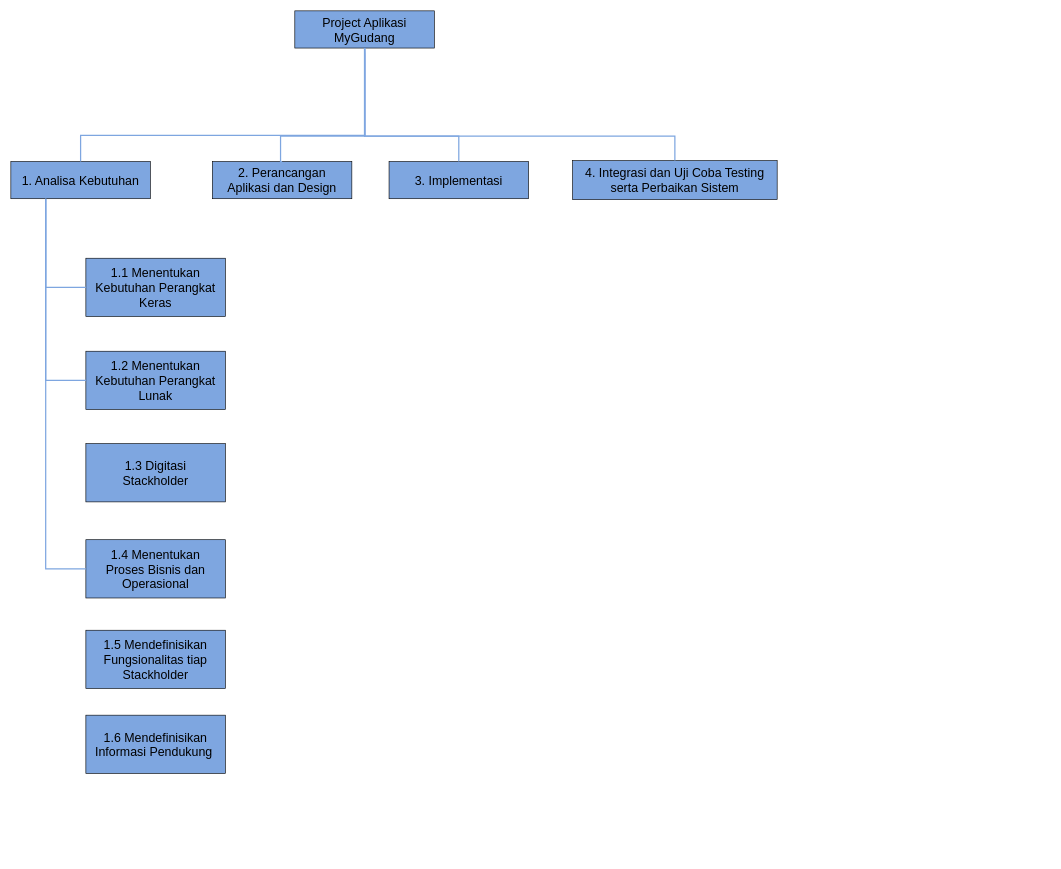
The draw.io diagram WBS.drawio in Kantrawibawa10/Draw-I-O, before the edit. Source tidied: cells renumbered, new cells numbered last; positions are measured from the earlier drawing's top-left corner, leaving out a move shared by most shapes. Both pictures are drawn from the tidied source at 62%, with x=0, y=0 at pixel (11, 11).
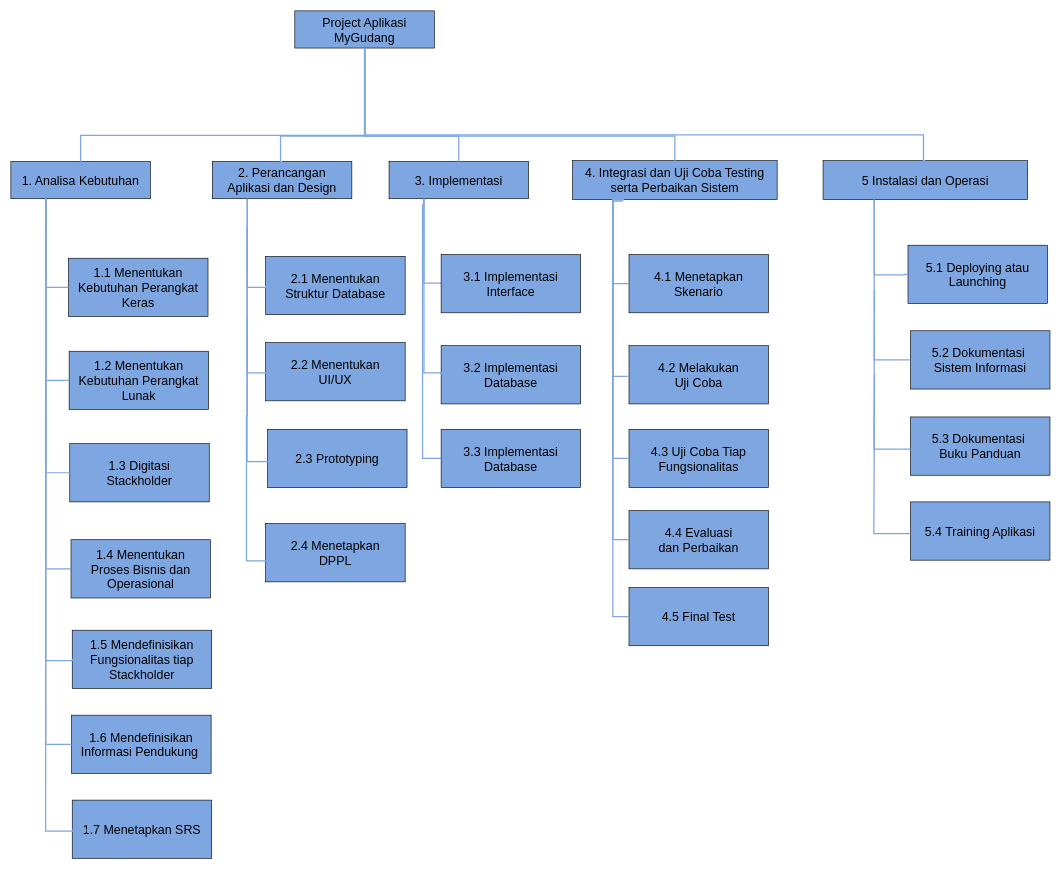
The same page after the edit.

Unchanged cells that the change refers to:
```xml
<mxCell id="2" value="&lt;font style=&quot;font-size: 20px;&quot;&gt;Project Aplikasi MyGudang&lt;/font&gt;" style="rounded=0;whiteSpace=wrap;html=1;fontSize=16;fillColor=#7EA6E0;" parent="1" vertex="1">
  <mxGeometry x="458" width="225" height="60" as="geometry" />
</mxCell>
<mxCell id="3" value="&lt;span style=&quot;font-size: 20px;&quot;&gt;1. Analisa Kebutuhan&lt;/span&gt;" style="rounded=0;whiteSpace=wrap;html=1;fontSize=16;fillColor=#7EA6E0;" parent="1" vertex="1">
  <mxGeometry y="243" width="225" height="60" as="geometry" />
</mxCell>
<mxCell id="4" value="&lt;span style=&quot;font-size: 20px;&quot;&gt;2. Perancangan &lt;br&gt;Aplikasi dan Design&lt;/span&gt;" style="rounded=0;whiteSpace=wrap;html=1;fontSize=16;fillColor=#7EA6E0;" parent="1" vertex="1">
  <mxGeometry x="325" y="243" width="225" height="60" as="geometry" />
</mxCell>
<mxCell id="5" value="&lt;span style=&quot;font-size: 20px;&quot;&gt;3. Implementasi&lt;/span&gt;" style="rounded=0;whiteSpace=wrap;html=1;fontSize=16;fillColor=#7EA6E0;" parent="1" vertex="1">
  <mxGeometry x="610" y="243" width="225" height="60" as="geometry" />
</mxCell>
<mxCell id="6" value="&lt;span style=&quot;font-size: 20px;&quot;&gt;4. Integrasi dan Uji Coba Testing serta Perbaikan Sistem&lt;/span&gt;" style="rounded=0;whiteSpace=wrap;html=1;fontSize=16;fillColor=#7EA6E0;" parent="1" vertex="1">
  <mxGeometry x="906" y="241.5" width="330" height="63" as="geometry" />
</mxCell>
```

The edit, as a diff of the source:
```diff
@@
     <mxCell id="11" value="&lt;span style=&quot;font-size: 20px;&quot;&gt;1.1 Menentukan Kebutuhan Perangkat Keras&lt;/span&gt;" style="rounded=0;whiteSpace=wrap;html=1;fontSize=16;fillColor=#7EA6E0;" parent="1" vertex="1">
-      <mxGeometry x="121" y="399" width="225" height="94" as="geometry" />
+      <mxGeometry x="93" y="399" width="225" height="94" as="geometry" />
     </mxCell>
     <mxCell id="12" value="&lt;span style=&quot;font-size: 20px;&quot;&gt;1.2 Menentukan Kebutuhan Perangkat Lunak&lt;/span&gt;" style="rounded=0;whiteSpace=wrap;html=1;fontSize=16;fillColor=#7EA6E0;" parent="1" vertex="1">
-      <mxGeometry x="121" y="549" width="225" height="94" as="geometry" />
+      <mxGeometry x="94" y="549" width="225" height="94" as="geometry" />
     </mxCell>
     <mxCell id="13" value="&lt;span style=&quot;font-size: 20px;&quot;&gt;1.3 Digitasi &lt;br&gt;Stackholder&lt;/span&gt;" style="rounded=0;whiteSpace=wrap;html=1;fontSize=16;fillColor=#7EA6E0;" parent="1" vertex="1">
-      <mxGeometry x="121" y="698" width="225" height="94" as="geometry" />
+      <mxGeometry x="95" y="698" width="225" height="94" as="geometry" />
     </mxCell>
     <mxCell id="14" value="&lt;span style=&quot;font-size: 20px;&quot;&gt;1.4 Menentukan &lt;br&gt;Proses Bisnis dan Operasional&lt;/span&gt;" style="rounded=0;whiteSpace=wrap;html=1;fontSize=16;fillColor=#7EA6E0;" parent="1" vertex="1">
-      <mxGeometry x="121" y="853" width="225" height="94" as="geometry" />
+      <mxGeometry x="97" y="853" width="225" height="94" as="geometry" />
     </mxCell>
@@
     <mxCell id="18" value="&lt;span style=&quot;font-size: 20px;&quot;&gt;1.5 Mendefinisikan Fungsionalitas tiap Stackholder&lt;/span&gt;" style="rounded=0;whiteSpace=wrap;html=1;fontSize=16;fillColor=#7EA6E0;" parent="1" vertex="1">
-      <mxGeometry x="121" y="999" width="225" height="94" as="geometry" />
+      <mxGeometry x="99" y="999" width="225" height="94" as="geometry" />
     </mxCell>
     <mxCell id="19" value="&lt;span style=&quot;font-size: 20px;&quot;&gt;1.6 Mendefinisikan Informasi Pendukung&amp;nbsp;&lt;/span&gt;" style="rounded=0;whiteSpace=wrap;html=1;fontSize=16;fillColor=#7EA6E0;" parent="1" vertex="1">
-      <mxGeometry x="121" y="1136" width="225" height="94" as="geometry" />
+      <mxGeometry x="98" y="1136" width="225" height="94" as="geometry" />
     </mxCell>
+    <mxCell id="20" value="&lt;span style=&quot;font-size: 20px;&quot;&gt;1.7 Menetapkan SRS&lt;/span&gt;" style="rounded=0;whiteSpace=wrap;html=1;fontSize=16;fillColor=#7EA6E0;" parent="1" vertex="1">
+      <mxGeometry x="99" y="1273" width="225" height="94" as="geometry" />
+    </mxCell>
+    <mxCell id="21" style="edgeStyle=segmentEdgeStyle;endArrow=none;html=1;curved=0;rounded=0;endSize=8;startSize=8;fontSize=12;exitX=0;exitY=0.5;exitDx=0;exitDy=0;strokeColor=#7EA6E0;strokeWidth=2;endFill=0;entryX=0.25;entryY=1;entryDx=0;entryDy=0;" parent="1" edge="1" source="13" target="3">
+      <mxGeometry relative="1" as="geometry">
+        <Array as="points">
+          <mxPoint x="56" y="745" />
+        </Array>
+      </mxGeometry>
+    </mxCell>
+    <mxCell id="22" style="edgeStyle=segmentEdgeStyle;endArrow=none;html=1;curved=0;rounded=0;endSize=8;startSize=8;fontSize=12;exitX=0;exitY=0.5;exitDx=0;exitDy=0;strokeColor=#7EA6E0;strokeWidth=2;endFill=0;entryX=0.25;entryY=1;entryDx=0;entryDy=0;" parent="1" edge="1" source="18" target="3">
+      <mxGeometry relative="1" as="geometry">
+        <Array as="points">
+          <mxPoint x="121" y="1048" />
+          <mxPoint x="56" y="1048" />
+        </Array>
+      </mxGeometry>
+    </mxCell>
+    <mxCell id="23" style="edgeStyle=segmentEdgeStyle;endArrow=none;html=1;curved=0;rounded=0;endSize=8;startSize=8;fontSize=12;exitX=0;exitY=0.5;exitDx=0;exitDy=0;strokeColor=#7EA6E0;strokeWidth=2;endFill=0;entryX=0.25;entryY=1;entryDx=0;entryDy=0;" parent="1" edge="1" source="19" target="3">
+      <mxGeometry relative="1" as="geometry">
+        <Array as="points">
+          <mxPoint x="56" y="1183" />
+        </Array>
+      </mxGeometry>
+    </mxCell>
+    <mxCell id="24" style="edgeStyle=segmentEdgeStyle;endArrow=none;html=1;curved=0;rounded=0;endSize=8;startSize=8;fontSize=12;exitX=0;exitY=0.5;exitDx=0;exitDy=0;strokeColor=#7EA6E0;strokeWidth=2;endFill=0;entryX=0.25;entryY=1;entryDx=0;entryDy=0;" parent="1" edge="1" source="20" target="3">
+      <mxGeometry relative="1" as="geometry">
+        <Array as="points">
+          <mxPoint x="121" y="1323" />
+          <mxPoint x="56" y="1323" />
+        </Array>
+      </mxGeometry>
+    </mxCell>
+    <mxCell id="25" value="&lt;span style=&quot;font-size: 20px;&quot;&gt;2.1 Menentukan &lt;br&gt;Struktur Database&lt;/span&gt;" style="rounded=0;whiteSpace=wrap;html=1;fontSize=16;fillColor=#7EA6E0;" parent="1" vertex="1">
+      <mxGeometry x="411" y="396" width="225" height="94" as="geometry" />
+    </mxCell>
+    <mxCell id="26" style="edgeStyle=segmentEdgeStyle;endArrow=none;html=1;curved=0;rounded=0;endSize=8;startSize=8;fontSize=12;exitX=0;exitY=0.5;exitDx=0;exitDy=0;strokeColor=#7EA6E0;strokeWidth=2;endFill=0;entryX=0.25;entryY=1;entryDx=0;entryDy=0;" parent="1" edge="1" source="25" target="4">
+      <mxGeometry relative="1" as="geometry">
+        <Array as="points">
+          <mxPoint x="381" y="446" />
+        </Array>
+      </mxGeometry>
+    </mxCell>
+    <mxCell id="27" value="&lt;span style=&quot;font-size: 20px;&quot;&gt;2.2 Menentukan &lt;br&gt;UI/UX&lt;br&gt;&lt;/span&gt;" style="rounded=0;whiteSpace=wrap;html=1;fontSize=16;fillColor=#7EA6E0;" parent="1" vertex="1">
+      <mxGeometry x="411" y="535" width="225" height="94" as="geometry" />
+    </mxCell>
+    <mxCell id="28" value="&lt;span style=&quot;font-size: 20px;&quot;&gt;2.3 Prototyping&lt;br&gt;&lt;/span&gt;" style="rounded=0;whiteSpace=wrap;html=1;fontSize=16;fillColor=#7EA6E0;" parent="1" vertex="1">
+      <mxGeometry x="414" y="675" width="225" height="94" as="geometry" />
+    </mxCell>
+    <mxCell id="29" style="edgeStyle=segmentEdgeStyle;endArrow=none;html=1;curved=0;rounded=0;endSize=8;startSize=8;fontSize=12;exitX=0;exitY=0.5;exitDx=0;exitDy=0;strokeColor=#7EA6E0;strokeWidth=2;endFill=0;entryX=0.25;entryY=1;entryDx=0;entryDy=0;" parent="1" edge="1" source="27">
+      <mxGeometry relative="1" as="geometry">
+        <mxPoint x="381" y="349.9" as="targetPoint" />
+        <Array as="points">
+          <mxPoint x="381" y="584" />
+        </Array>
+      </mxGeometry>
+    </mxCell>
+    <mxCell id="30" style="edgeStyle=segmentEdgeStyle;endArrow=none;html=1;curved=0;rounded=0;endSize=8;startSize=8;fontSize=12;exitX=0;exitY=0.5;exitDx=0;exitDy=0;strokeColor=#7EA6E0;strokeWidth=2;endFill=0;entryX=0.25;entryY=1;entryDx=0;entryDy=0;" parent="1" edge="1">
+      <mxGeometry relative="1" as="geometry">
+        <mxPoint x="445" y="727.1" as="sourcePoint" />
+        <mxPoint x="381" y="493" as="targetPoint" />
+        <Array as="points">
+          <mxPoint x="381" y="727.1" />
+        </Array>
+      </mxGeometry>
+    </mxCell>
+    <mxCell id="31" value="&lt;span style=&quot;font-size: 20px;&quot;&gt;2.4 Menetapkan&lt;br&gt;DPPL&lt;br&gt;&lt;/span&gt;" style="rounded=0;whiteSpace=wrap;html=1;fontSize=16;fillColor=#7EA6E0;" parent="1" vertex="1">
+      <mxGeometry x="411" y="827" width="225" height="94" as="geometry" />
+    </mxCell>
+    <mxCell id="32" style="edgeStyle=segmentEdgeStyle;endArrow=none;html=1;curved=0;rounded=0;endSize=8;startSize=8;fontSize=12;exitX=0;exitY=0.5;exitDx=0;exitDy=0;strokeColor=#7EA6E0;strokeWidth=2;endFill=0;entryX=0.25;entryY=1;entryDx=0;entryDy=0;" parent="1" edge="1" source="33" target="5">
+      <mxGeometry relative="1" as="geometry">
+        <Array as="points">
+          <mxPoint x="720" y="443" />
+          <mxPoint x="747" y="443" />
+          <mxPoint x="747" y="439" />
+          <mxPoint x="666" y="439" />
+        </Array>
+      </mxGeometry>
+    </mxCell>
+    <mxCell id="33" value="&lt;span style=&quot;font-size: 20px;&quot;&gt;3.1 Implementasi&lt;br&gt;Interface&lt;br&gt;&lt;/span&gt;" style="rounded=0;whiteSpace=wrap;html=1;fontSize=16;fillColor=#7EA6E0;" parent="1" vertex="1">
+      <mxGeometry x="694" y="393" width="225" height="94" as="geometry" />
+    </mxCell>
+    <mxCell id="34" style="edgeStyle=segmentEdgeStyle;endArrow=none;html=1;curved=0;rounded=0;endSize=8;startSize=8;fontSize=12;exitX=0;exitY=0.5;exitDx=0;exitDy=0;strokeColor=#7EA6E0;strokeWidth=2;endFill=0;entryX=0.25;entryY=1;entryDx=0;entryDy=0;" parent="1" edge="1" target="4">
+      <mxGeometry relative="1" as="geometry">
+        <mxPoint x="455" y="887.1" as="sourcePoint" />
+        <Array as="points">
+          <mxPoint x="380" y="887" />
+          <mxPoint x="380" y="653" />
+          <mxPoint x="381" y="653" />
+        </Array>
+      </mxGeometry>
+    </mxCell>
+    <mxCell id="35" value="&lt;span style=&quot;font-size: 20px;&quot;&gt;3.2 Implementasi Database&lt;/span&gt;" style="rounded=0;whiteSpace=wrap;html=1;fontSize=16;fillColor=#7EA6E0;" parent="1" vertex="1">
+      <mxGeometry x="694" y="540" width="225" height="94" as="geometry" />
+    </mxCell>
+    <mxCell id="36" style="edgeStyle=segmentEdgeStyle;endArrow=none;html=1;curved=0;rounded=0;endSize=8;startSize=8;fontSize=12;exitX=0;exitY=0.5;exitDx=0;exitDy=0;strokeColor=#7EA6E0;strokeWidth=2;endFill=0;entryX=0.25;entryY=1;entryDx=0;entryDy=0;" parent="1" edge="1" source="35" target="5">
+      <mxGeometry relative="1" as="geometry">
+        <Array as="points">
+          <mxPoint x="666" y="584" />
+        </Array>
+      </mxGeometry>
+    </mxCell>
+    <mxCell id="37" value="&lt;span style=&quot;font-size: 20px;&quot;&gt;3.3 Implementasi Database&lt;/span&gt;" style="rounded=0;whiteSpace=wrap;html=1;fontSize=16;fillColor=#7EA6E0;" parent="1" vertex="1">
+      <mxGeometry x="694" y="675" width="225" height="94" as="geometry" />
+    </mxCell>
+    <mxCell id="38" style="edgeStyle=segmentEdgeStyle;endArrow=none;html=1;curved=0;rounded=0;endSize=8;startSize=8;fontSize=12;exitX=0;exitY=0.5;exitDx=0;exitDy=0;strokeColor=#7EA6E0;strokeWidth=2;endFill=0;entryX=0.25;entryY=1;entryDx=0;entryDy=0;" parent="1" edge="1" source="37" target="5">
+      <mxGeometry relative="1" as="geometry">
+        <Array as="points">
+          <mxPoint x="664" y="722" />
+          <mxPoint x="664" y="313" />
+          <mxPoint x="666" y="313" />
+        </Array>
+      </mxGeometry>
+    </mxCell>
+    <mxCell id="39" value="&lt;span style=&quot;font-size: 20px;&quot;&gt;4.1 Menetapkan &lt;br&gt;Skenario&lt;br&gt;&lt;/span&gt;" style="rounded=0;whiteSpace=wrap;html=1;fontSize=16;fillColor=#7EA6E0;" parent="1" vertex="1">
+      <mxGeometry x="997" y="393" width="225" height="94" as="geometry" />
+    </mxCell>
+    <mxCell id="40" value="&lt;span style=&quot;font-size: 20px;&quot;&gt;4.2 Melakukan &lt;br&gt;Uji Coba&lt;br&gt;&lt;/span&gt;" style="rounded=0;whiteSpace=wrap;html=1;fontSize=16;fillColor=#7EA6E0;" parent="1" vertex="1">
+      <mxGeometry x="997" y="540" width="225" height="94" as="geometry" />
+    </mxCell>
+    <mxCell id="41" value="&lt;span style=&quot;font-size: 20px;&quot;&gt;4.3 Uji Coba Tiap&lt;br&gt;Fungsionalitas&lt;br&gt;&lt;/span&gt;" style="rounded=0;whiteSpace=wrap;html=1;fontSize=16;fillColor=#7EA6E0;" parent="1" vertex="1">
+      <mxGeometry x="997" y="675" width="225" height="94" as="geometry" />
+    </mxCell>
+    <mxCell id="42" value="&lt;span style=&quot;font-size: 20px;&quot;&gt;4.4 Evaluasi&lt;br&gt;dan Perbaikan&lt;br&gt;&lt;/span&gt;" style="rounded=0;whiteSpace=wrap;html=1;fontSize=16;fillColor=#7EA6E0;" parent="1" vertex="1">
+      <mxGeometry x="997" y="806" width="225" height="94" as="geometry" />
+    </mxCell>
+    <mxCell id="43" value="&lt;span style=&quot;font-size: 20px;&quot;&gt;4.5 Final Test&lt;br&gt;&lt;/span&gt;" style="rounded=0;whiteSpace=wrap;html=1;fontSize=16;fillColor=#7EA6E0;" parent="1" vertex="1">
+      <mxGeometry x="997" y="930" width="225" height="94" as="geometry" />
+    </mxCell>
+    <mxCell id="44" style="edgeStyle=segmentEdgeStyle;endArrow=none;html=1;curved=0;rounded=0;endSize=8;startSize=8;fontSize=12;strokeColor=#7EA6E0;strokeWidth=2;endFill=0;entryX=0.25;entryY=1;entryDx=0;entryDy=0;exitX=0;exitY=0.5;exitDx=0;exitDy=0;" parent="1" edge="1" source="39" target="6">
+      <mxGeometry relative="1" as="geometry">
+        <Array as="points">
+          <mxPoint x="971" y="440" />
+          <mxPoint x="971" y="304" />
+        </Array>
+      </mxGeometry>
+    </mxCell>
+    <mxCell id="45" style="edgeStyle=segmentEdgeStyle;endArrow=none;html=1;curved=0;rounded=0;endSize=8;startSize=8;fontSize=12;strokeColor=#7EA6E0;strokeWidth=2;endFill=0;entryX=0.25;entryY=1;entryDx=0;entryDy=0;exitX=0;exitY=0.5;exitDx=0;exitDy=0;" parent="1" edge="1" source="41" target="6">
+      <mxGeometry relative="1" as="geometry">
+        <Array as="points">
+          <mxPoint x="971" y="722" />
+          <mxPoint x="971" y="304" />
+        </Array>
+      </mxGeometry>
+    </mxCell>
+    <mxCell id="46" style="edgeStyle=segmentEdgeStyle;endArrow=none;html=1;curved=0;rounded=0;endSize=8;startSize=8;fontSize=12;strokeColor=#7EA6E0;strokeWidth=2;endFill=0;entryX=0.25;entryY=1;entryDx=0;entryDy=0;exitX=0;exitY=0.5;exitDx=0;exitDy=0;" parent="1" edge="1">
+      <mxGeometry relative="1" as="geometry">
+        <mxPoint x="995" y="589.5" as="sourcePoint" />
+        <mxPoint x="986.5" y="307" as="targetPoint" />
+        <Array as="points">
+          <mxPoint x="971" y="589.5" />
+          <mxPoint x="971" y="306.5" />
+        </Array>
+      </mxGeometry>
+    </mxCell>
+    <mxCell id="47" style="edgeStyle=segmentEdgeStyle;endArrow=none;html=1;curved=0;rounded=0;endSize=8;startSize=8;fontSize=12;strokeColor=#7EA6E0;strokeWidth=2;endFill=0;entryX=0.25;entryY=1;entryDx=0;entryDy=0;exitX=0;exitY=0.5;exitDx=0;exitDy=0;" parent="1" edge="1" source="42" target="6">
+      <mxGeometry relative="1" as="geometry">
+        <Array as="points">
+          <mxPoint x="971" y="853" />
+          <mxPoint x="971" y="304" />
+        </Array>
+      </mxGeometry>
+    </mxCell>
+    <mxCell id="48" style="edgeStyle=segmentEdgeStyle;endArrow=none;html=1;curved=0;rounded=0;endSize=8;startSize=8;fontSize=12;strokeColor=#7EA6E0;strokeWidth=2;endFill=0;entryX=0.25;entryY=1;entryDx=0;entryDy=0;exitX=0;exitY=0.5;exitDx=0;exitDy=0;" parent="1" edge="1" source="43" target="6">
+      <mxGeometry relative="1" as="geometry">
+        <Array as="points">
+          <mxPoint x="971" y="977" />
+          <mxPoint x="971" y="304" />
+        </Array>
+      </mxGeometry>
+    </mxCell>
+    <mxCell id="49" value="&lt;span style=&quot;font-size: 20px;&quot;&gt;5 Instalasi dan Operasi&lt;/span&gt;" style="rounded=0;whiteSpace=wrap;html=1;fontSize=16;fillColor=#7EA6E0;" parent="1" vertex="1">
+      <mxGeometry x="1310" y="241.5" width="330" height="63" as="geometry" />
+    </mxCell>
+    <mxCell id="50" style="edgeStyle=segmentEdgeStyle;endArrow=none;html=1;curved=0;rounded=0;endSize=8;startSize=8;fontSize=12;exitX=0.5;exitY=0;exitDx=0;exitDy=0;strokeColor=#7EA6E0;strokeWidth=2;endFill=0;entryX=0.5;entryY=1;entryDx=0;entryDy=0;" parent="1" edge="1" source="49" target="2">
+      <mxGeometry relative="1" as="geometry">
+        <Array as="points">
+          <mxPoint x="1472" y="242" />
+          <mxPoint x="1472" y="200" />
+          <mxPoint x="571" y="200" />
+        </Array>
+      </mxGeometry>
+    </mxCell>
+    <mxCell id="51" value="&lt;span style=&quot;font-size: 20px;&quot;&gt;5.1 Deploying atau Launching&lt;br&gt;&lt;/span&gt;" style="rounded=0;whiteSpace=wrap;html=1;fontSize=16;fillColor=#7EA6E0;" parent="1" vertex="1">
+      <mxGeometry x="1447" y="378" width="225" height="94" as="geometry" />
+    </mxCell>
+    <mxCell id="52" value="&lt;span style=&quot;font-size: 20px;&quot;&gt;5.2 Dokumentasi&amp;nbsp;&lt;br&gt;Sistem Informasi&lt;br&gt;&lt;/span&gt;" style="rounded=0;whiteSpace=wrap;html=1;fontSize=16;fillColor=#7EA6E0;" parent="1" vertex="1">
+      <mxGeometry x="1451" y="516" width="225" height="94" as="geometry" />
+    </mxCell>
+    <mxCell id="53" style="edgeStyle=segmentEdgeStyle;endArrow=none;html=1;curved=0;rounded=0;endSize=8;startSize=8;fontSize=12;exitX=0;exitY=0.5;exitDx=0;exitDy=0;strokeColor=#7EA6E0;strokeWidth=2;endFill=0;entryX=0.25;entryY=1;entryDx=0;entryDy=0;" parent="1" edge="1" source="51" target="49">
+      <mxGeometry relative="1" as="geometry">
+        <Array as="points">
+          <mxPoint x="1442" y="426" />
+          <mxPoint x="1392" y="426" />
+        </Array>
+      </mxGeometry>
+    </mxCell>
+    <mxCell id="54" value="&lt;span style=&quot;font-size: 20px;&quot;&gt;5.3 Dokumentasi&amp;nbsp;&lt;br&gt;Buku Panduan&lt;br&gt;&lt;/span&gt;" style="rounded=0;whiteSpace=wrap;html=1;fontSize=16;fillColor=#7EA6E0;" parent="1" vertex="1">
+      <mxGeometry x="1451" y="655" width="225" height="94" as="geometry" />
+    </mxCell>
+    <mxCell id="55" value="&lt;span style=&quot;font-size: 20px;&quot;&gt;5.4 Training Aplikasi&lt;br&gt;&lt;/span&gt;" style="rounded=0;whiteSpace=wrap;html=1;fontSize=16;fillColor=#7EA6E0;" parent="1" vertex="1">
+      <mxGeometry x="1451" y="792" width="225" height="94" as="geometry" />
+    </mxCell>
+    <mxCell id="56" style="edgeStyle=segmentEdgeStyle;endArrow=none;html=1;curved=0;rounded=0;endSize=8;startSize=8;fontSize=12;strokeColor=#7EA6E0;strokeWidth=2;endFill=0;entryX=0.25;entryY=1;entryDx=0;entryDy=0;exitX=0;exitY=0.5;exitDx=0;exitDy=0;" parent="1" edge="1" source="52" target="49">
+      <mxGeometry relative="1" as="geometry">
+        <Array as="points">
+          <mxPoint x="1392" y="563" />
+        </Array>
+      </mxGeometry>
+    </mxCell>
+    <mxCell id="57" style="edgeStyle=segmentEdgeStyle;endArrow=none;html=1;curved=0;rounded=0;endSize=8;startSize=8;fontSize=12;strokeColor=#7EA6E0;strokeWidth=2;endFill=0;entryX=0.25;entryY=1;entryDx=0;entryDy=0;exitX=0;exitY=0.5;exitDx=0;exitDy=0;" parent="1" edge="1">
+      <mxGeometry relative="1" as="geometry">
+        <mxPoint x="1451" y="707" as="sourcePoint" />
+        <mxPoint x="1393" y="449" as="targetPoint" />
+        <Array as="points">
+          <mxPoint x="1392" y="707" />
+        </Array>
+      </mxGeometry>
+    </mxCell>
+    <mxCell id="58" style="edgeStyle=segmentEdgeStyle;endArrow=none;html=1;curved=0;rounded=0;endSize=8;startSize=8;fontSize=12;strokeColor=#7EA6E0;strokeWidth=2;endFill=0;entryX=0.25;entryY=1;entryDx=0;entryDy=0;exitX=0;exitY=0.5;exitDx=0;exitDy=0;" parent="1" edge="1">
+      <mxGeometry relative="1" as="geometry">
+        <mxPoint x="1451" y="843" as="sourcePoint" />
+        <mxPoint x="1393" y="585" as="targetPoint" />
+        <Array as="points">
+          <mxPoint x="1392" y="843" />
+        </Array>
+      </mxGeometry>
+    </mxCell>
```
